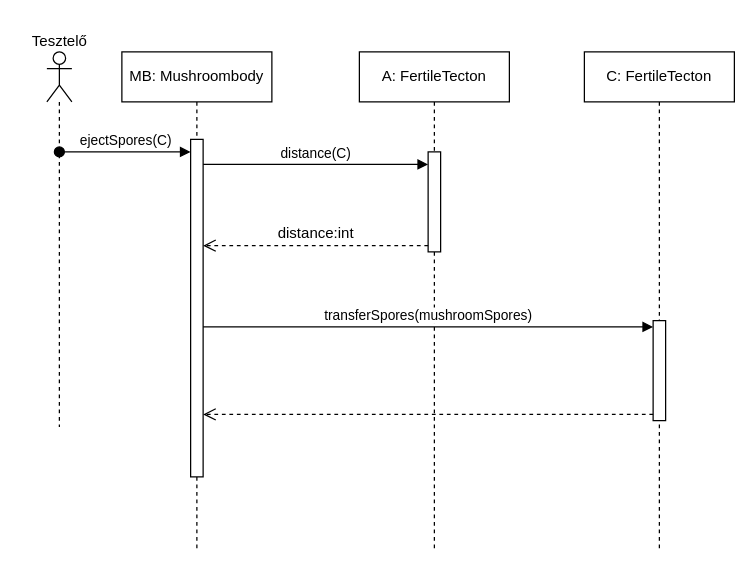
Earlier version of the draw.io diagram page "33." (2 of 4) of 6_szkeleton_beadasa/Pdf-es_formaban_leadando_anyagok/Fuggelekek_anyagai/Use_case_ek_32-35/32-35_SeqDiags.drawio (koharzsombor/bandITs). Source tidied: cells renumbered, new cells numbered last; positions are measured from the earlier drawing's top-left corner, leaving out a move shared by most shapes. Both pictures are drawn from the tidied source at 125%, with x=0, y=0 at pixel (21, 22).
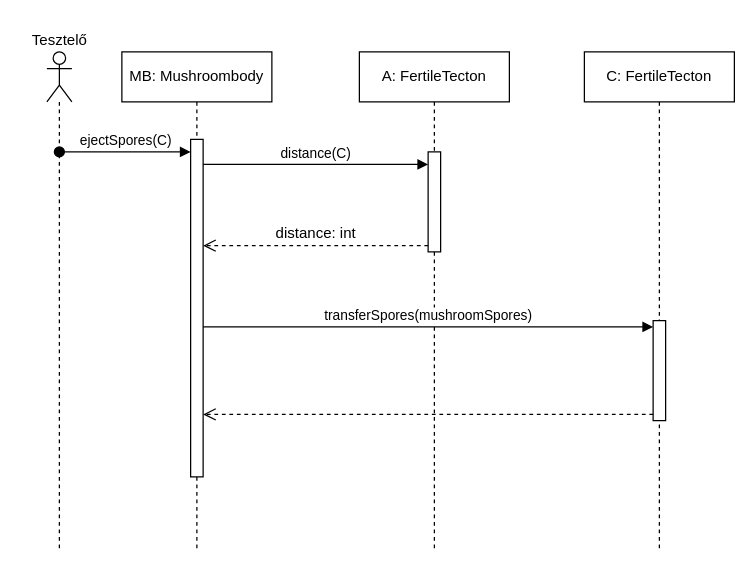
After the change.

What changed in the source:
```diff
@@
 <mxGraphModel>
   <root>
     <mxCell id="0" />
     <mxCell id="1" parent="0" />
     <mxCell id="2" value="MB: Mushroombody" style="shape=umlLifeline;perimeter=lifelinePerimeter;whiteSpace=wrap;html=1;newEdgeStyle={&quot;curved&quot;:0,&quot;rounded&quot;:0};" parent="1" vertex="1">
       <mxGeometry x="80" y="23" width="120" height="400" as="geometry" />
     </mxCell>
     <mxCell id="3" style="html=1;points=[[0,0,0,0,5],[0,1,0,0,-5],[1,0,0,0,5],[1,1,0,0,-5]];perimeter=orthogonalPerimeter;outlineConnect=0;targetShapes=umlLifeline;portConstraint=eastwest;newEdgeStyle={&quot;curved&quot;:0,&quot;rounded&quot;:0};" parent="2" vertex="1">
       <mxGeometry x="55" y="70" width="10" height="270" as="geometry" />
     </mxCell>
     <mxCell id="4" value="C: FertileTecton" style="shape=umlLifeline;perimeter=lifelinePerimeter;whiteSpace=wrap;html=1;newEdgeStyle={&quot;curved&quot;:0,&quot;rounded&quot;:0};" parent="1" vertex="1">
       <mxGeometry x="450" y="23" width="120" height="400" as="geometry" />
     </mxCell>
     <mxCell id="5" value="A: FertileTecton" style="shape=umlLifeline;perimeter=lifelinePerimeter;whiteSpace=wrap;html=1;newEdgeStyle={&quot;curved&quot;:0,&quot;rounded&quot;:0};" parent="1" vertex="1">
       <mxGeometry x="270" y="23" width="120" height="400" as="geometry" />
     </mxCell>
     <mxCell id="6" style="html=1;points=[[0,0,0,0,5],[0,1,0,0,-5],[1,0,0,0,5],[1,1,0,0,-5]];perimeter=orthogonalPerimeter;outlineConnect=0;targetShapes=umlLifeline;portConstraint=eastwest;newEdgeStyle={&quot;curved&quot;:0,&quot;rounded&quot;:0};" parent="5" vertex="1">
       <mxGeometry x="55" y="80" width="10" height="80" as="geometry" />
     </mxCell>
     <mxCell id="7" value="distance(C)" style="html=1;verticalAlign=bottom;endArrow=block;curved=0;rounded=0;entryX=0;entryY=0;entryDx=0;entryDy=5;" parent="1" edge="1">
       <mxGeometry relative="1" as="geometry">
         <mxPoint x="145" y="113" as="sourcePoint" />
         <mxPoint x="325" y="113" as="targetPoint" />
       </mxGeometry>
     </mxCell>
     <mxCell id="8" style="html=1;verticalAlign=bottom;endArrow=open;dashed=1;endSize=8;curved=0;rounded=0;exitX=0;exitY=1;exitDx=0;exitDy=-5;" parent="1" edge="1" source="6" target="3">
       <mxGeometry relative="1" as="geometry" />
     </mxCell>
     <mxCell id="9" style="html=1;points=[[0,0,0,0,5],[0,1,0,0,-5],[1,0,0,0,5],[1,1,0,0,-5]];perimeter=orthogonalPerimeter;outlineConnect=0;targetShapes=umlLifeline;portConstraint=eastwest;newEdgeStyle={&quot;curved&quot;:0,&quot;rounded&quot;:0};" parent="1" vertex="1">
       <mxGeometry x="505" y="238" width="10" height="80" as="geometry" />
     </mxCell>
     <mxCell id="10" value="transferSpores(mushroomSpores)" style="html=1;verticalAlign=bottom;endArrow=block;curved=0;rounded=0;entryX=0;entryY=0;entryDx=0;entryDy=5;" parent="1" edge="1" source="3" target="9">
       <mxGeometry relative="1" as="geometry" />
     </mxCell>
     <mxCell id="11" style="html=1;verticalAlign=bottom;endArrow=open;dashed=1;endSize=8;curved=0;rounded=0;exitX=0;exitY=1;exitDx=0;exitDy=-5;" parent="1" edge="1" source="9" target="3">
       <mxGeometry relative="1" as="geometry" />
     </mxCell>
     <mxCell id="12" value="ejectSpores(C)" style="html=1;verticalAlign=bottom;startArrow=oval;startFill=1;endArrow=block;startSize=8;curved=0;rounded=0;" parent="1" edge="1">
       <mxGeometry relative="1" as="geometry">
         <mxPoint x="30" y="103" as="sourcePoint" />
         <mxPoint x="135" y="103" as="targetPoint" />
       </mxGeometry>
     </mxCell>
-    <mxCell id="13" value="distance:int" style="text;html=1;align=center;verticalAlign=middle;strokeColor=none;fillColor=none;" parent="1" vertex="1">
-      <mxGeometry x="195" y="153" width="80" height="30" as="geometry" />
+    <mxCell id="13" value="distance: int" style="text;html=1;align=center;verticalAlign=middle;strokeColor=none;fillColor=none;" parent="1" vertex="1">
+      <mxGeometry x="190" y="153" width="90" height="30" as="geometry" />
     </mxCell>
     <mxCell id="14" style="shape=umlLifeline;perimeter=lifelinePerimeter;whiteSpace=wrap;html=1;newEdgeStyle={&quot;curved&quot;:0,&quot;rounded&quot;:0};participant=umlActor;" parent="1" vertex="1">
-      <mxGeometry x="20" y="23" width="20" height="300" as="geometry" />
+      <mxGeometry x="20" y="23" width="20" height="400" as="geometry" />
     </mxCell>
     <mxCell id="15" value="Tesztelő" style="text;html=1;align=center;verticalAlign=middle;strokeColor=none;fillColor=none;" parent="1" vertex="1">
-      <mxGeometry width="60" height="30" as="geometry" />
+      <mxGeometry y="-1" width="60" height="30" as="geometry" />
     </mxCell>
   </root>
 </mxGraphModel>
```
